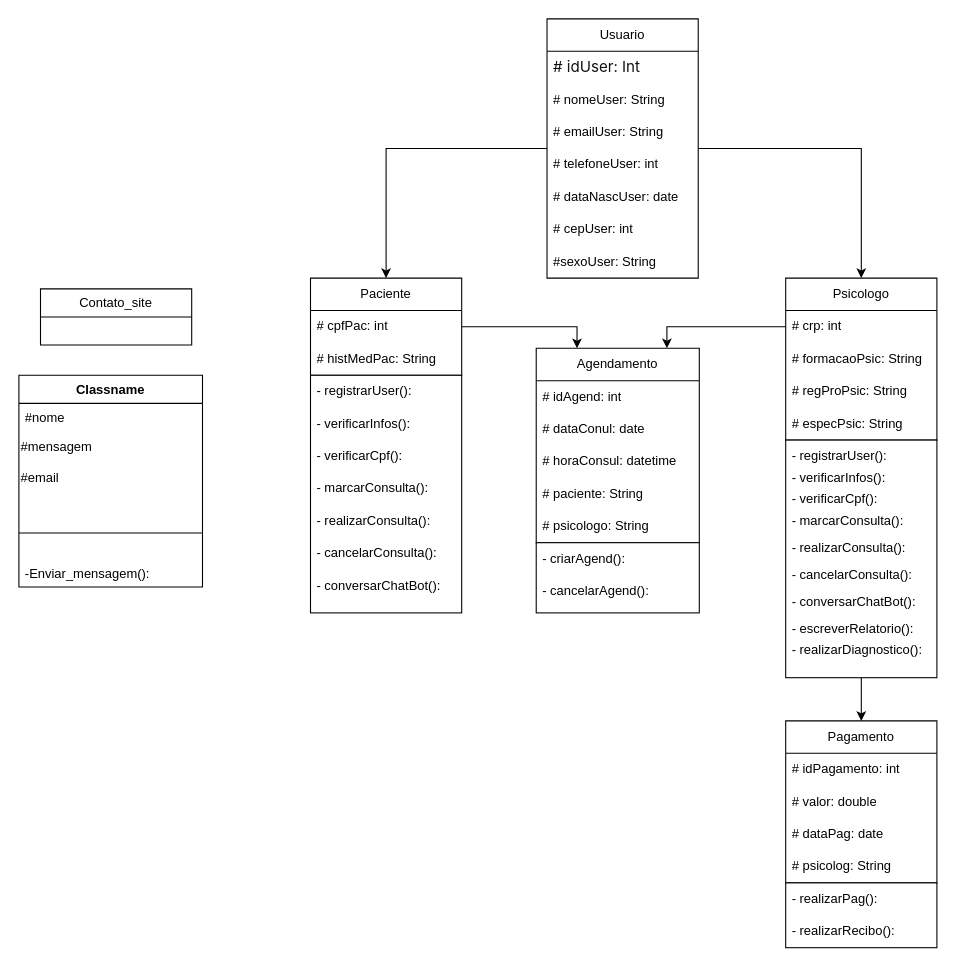
Above: DiagramaDeClasse.drawio in PENEzz/uml (draw.io), before the change. Source tidied: cells renumbered, new cells numbered last; positions are measured from the earlier drawing's top-left corner, leaving out a move shared by most shapes. Both pictures are drawn from the tidied source at 108%, with x=0, y=0 at pixel (18, 18).
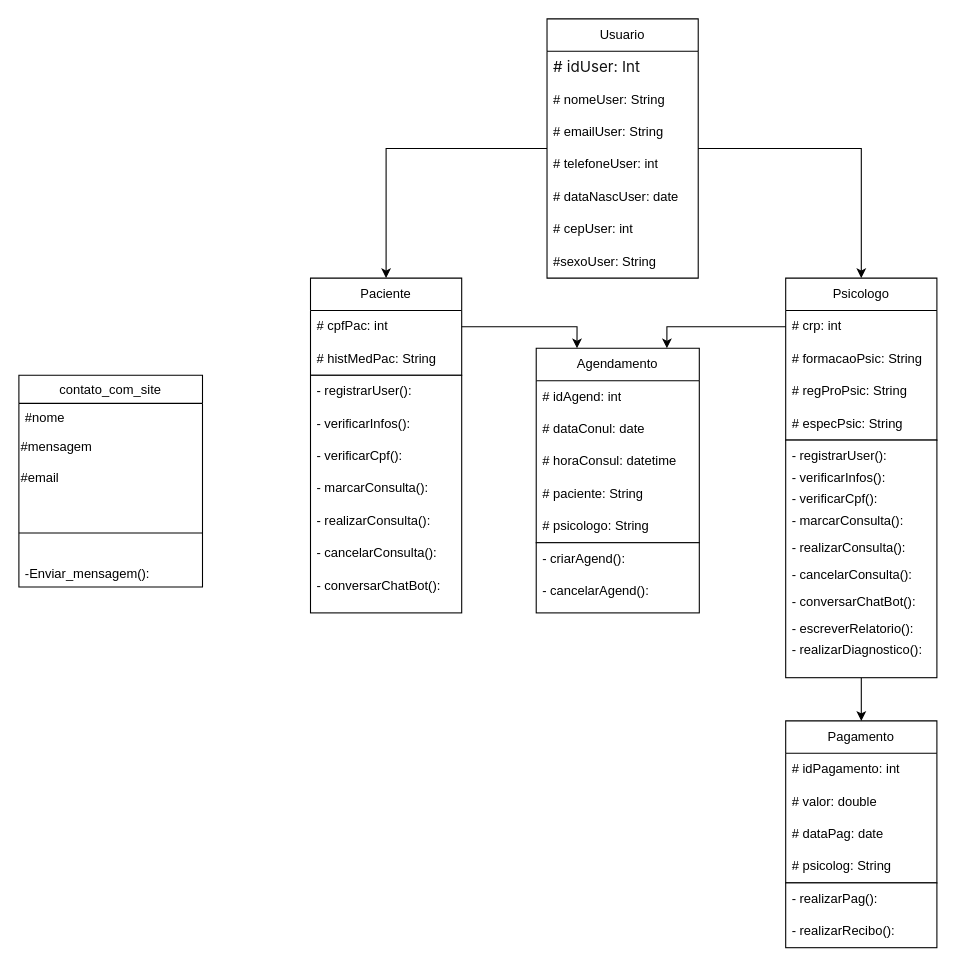
Above is the later version.

What changed in the source:
```diff
@@
-    <mxCell id="58" value="Contato_site" style="swimlane;fontStyle=0;horizontal=1;startSize=26;fillColor=none;whiteSpace=wrap;html=1;" parent="1" vertex="1">
-      <mxGeometry x="20" y="250" width="140" height="52" as="geometry" />
-    </mxCell>
-    <mxCell id="59" value="Classname" style="swimlane;fontStyle=1;align=center;verticalAlign=top;horizontal=1;startSize=26;whiteSpace=wrap;html=1;" parent="1" vertex="1">
+    <mxCell id="59" value="&lt;span style=&quot;font-weight: 400;&quot;&gt;contato_com_site&lt;/span&gt;" style="swimlane;fontStyle=1;align=center;verticalAlign=top;horizontal=1;startSize=26;whiteSpace=wrap;html=1;" parent="1" vertex="1">
       <mxGeometry y="330" width="170" height="196" as="geometry" />
     </mxCell>
```
